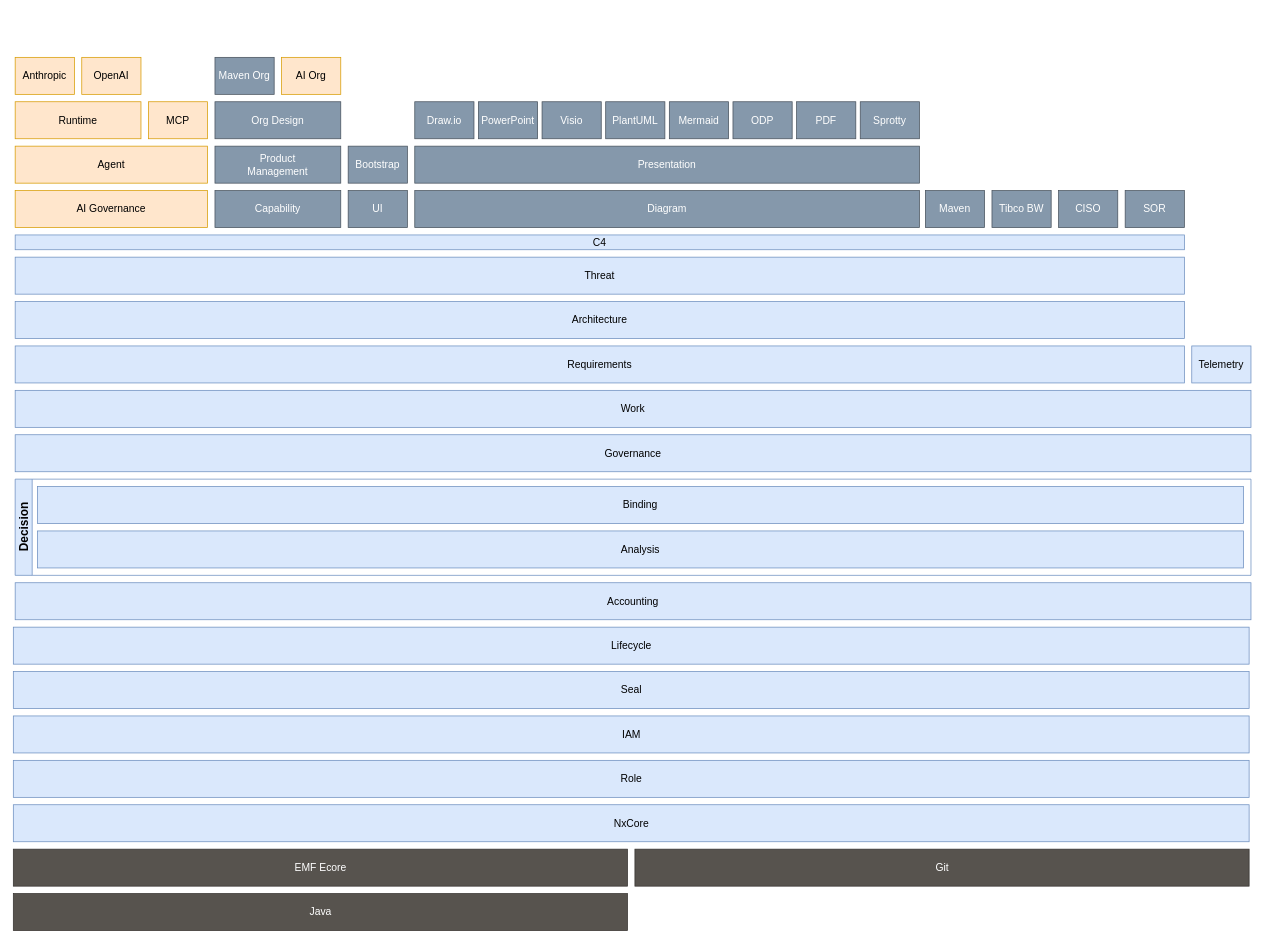
The draw.io diagram model-tower.drawio in Nasdanika/nasdanika.com, before the edit. Source tidied: cells renumbered, new cells numbered last; positions are measured from the earlier drawing's top-left corner, leaving out a move shared by most shapes. Both pictures are drawn from the tidied source at 74%, with x=0, y=0 at pixel (13, 57).
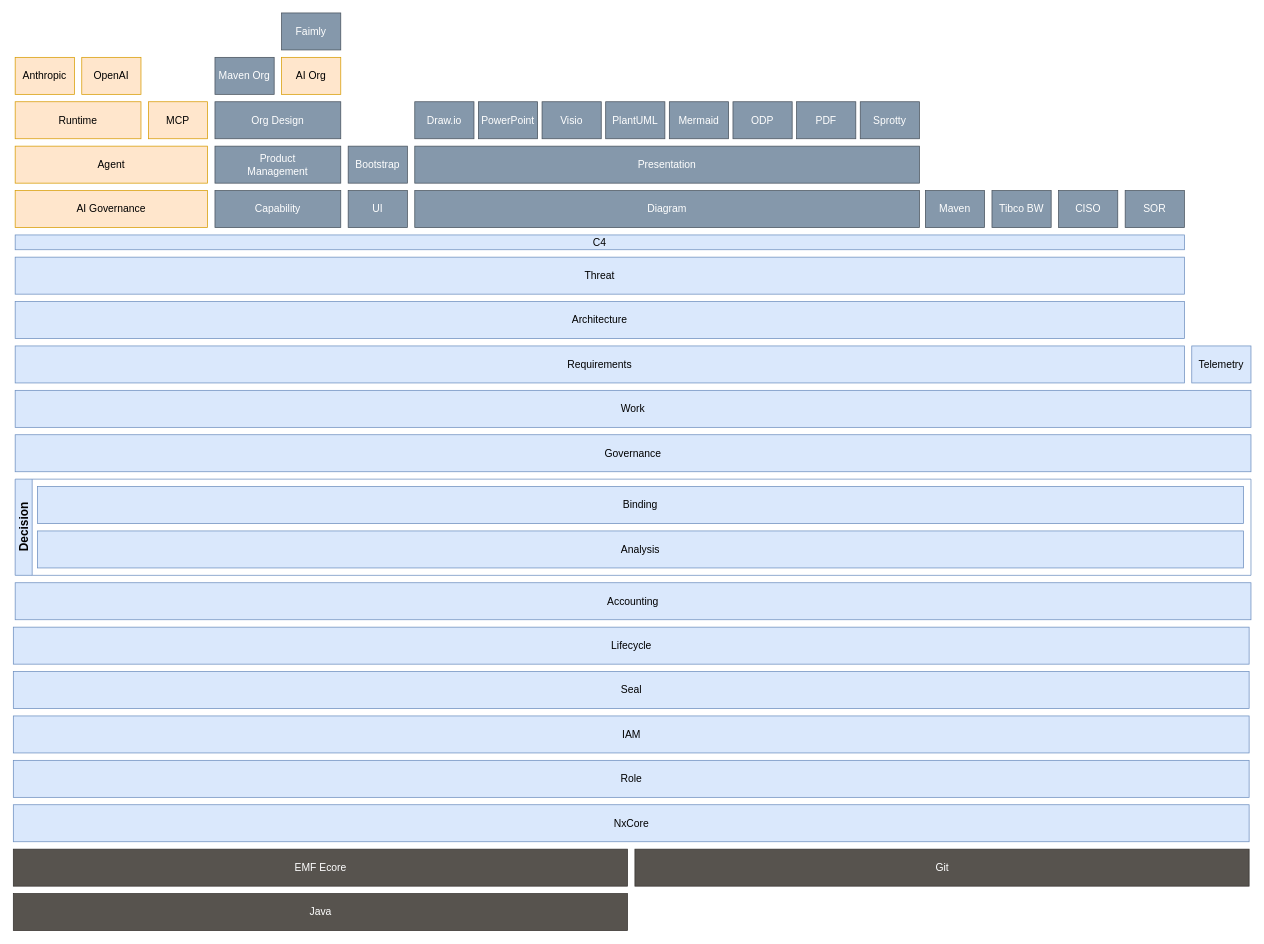
The same diagram, later.

Change to the diagram source:
```diff
@@
+    <mxCell id="48" value="Faimly" style="rounded=0;whiteSpace=wrap;html=1;fillColor=#8598AB;strokeColor=#47515C;fontColor=#FFFFFF;fontSize=14;" parent="1" vertex="1">
+      <mxGeometry x="362" y="-60" width="80" height="50" as="geometry" />
+    </mxCell>
```
